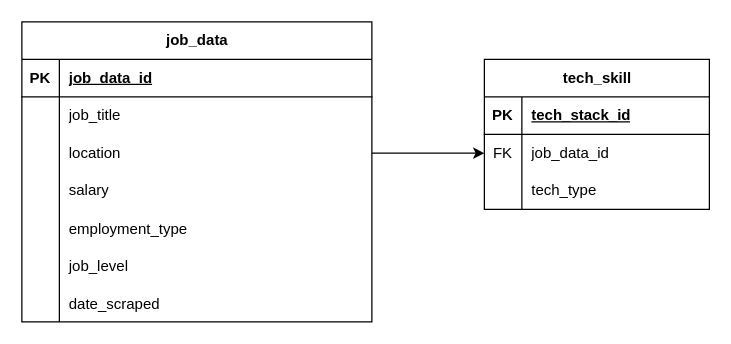
Before: ERD.drawio in kenBinary/trabahuso-web-scraper-py, a draw.io diagram. Source tidied: cells renumbered, new cells numbered last; positions are measured from the earlier drawing's top-left corner, leaving out a move shared by most shapes. Both pictures are drawn from the tidied source at 125%, with x=0, y=0 at pixel (21, 21).
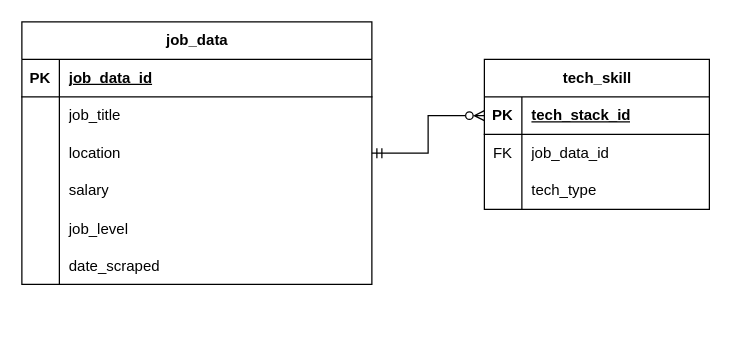
The same diagram, later.

Commit message (it also covers changes not shown here):
docs: add diagram relation

The change refers to these unchanged cells:
```xml
<mxCell id="9" style="shape=tableRow;horizontal=0;startSize=0;swimlaneHead=0;swimlaneBody=0;fillColor=none;points=[[0,0.5],[1,0.5]];portConstraint=eastwest;top=0;left=0;right=0;bottom=0;" parent="2" vertex="1">
  <mxGeometry y="90" width="280" height="30" as="geometry" />
</mxCell>
<mxCell id="25" style="shape=tableRow;horizontal=0;startSize=0;swimlaneHead=0;swimlaneBody=0;fillColor=none;points=[[0,0.5],[1,0.5]];portConstraint=eastwest;top=0;left=0;right=0;bottom=1;" parent="24" vertex="1">
  <mxGeometry y="30" width="180" height="30" as="geometry" />
</mxCell>
<mxCell id="28" style="shape=tableRow;horizontal=0;startSize=0;swimlaneHead=0;swimlaneBody=0;fillColor=none;points=[[0,0.5],[1,0.5]];portConstraint=eastwest;top=0;left=0;right=0;bottom=0;" parent="24" vertex="1">
  <mxGeometry y="60" width="180" height="30" as="geometry" />
</mxCell>
```

The edit, as a diff of the source:
```diff
@@
+    <mxCell id="35" style="edgeStyle=orthogonalEdgeStyle;rounded=0;jettySize=auto;html=1;entryX=0;entryY=0.5;entryDx=0;entryDy=0;endArrow=ERzeroToMany;endFill=0;startArrow=ERmandOne;startFill=0;" parent="1" edge="1" source="2" target="25">
+      <mxGeometry relative="1" as="geometry" />
+    </mxCell>
     <mxCell id="2" value="job_data" style="shape=table;startSize=30;childLayout=tableLayout;rowLines=0;fontStyle=1;align=center;html=1;" parent="1" vertex="1">
-      <mxGeometry width="280" height="240" as="geometry" />
+      <mxGeometry width="280" height="210" as="geometry" />
     </mxCell>
@@
-    <mxCell id="15" style="shape=tableRow;horizontal=0;startSize=0;swimlaneHead=0;swimlaneBody=0;fillColor=none;top=0;left=0;right=0;bottom=0;" parent="2" vertex="1">
-      <mxGeometry y="150" width="280" height="30" as="geometry" />
-    </mxCell>
-    <mxCell id="16" style="shape=partialRectangle;fillColor=none;top=0;left=0;bottom=0;right=0;overflow=hidden;" parent="15" vertex="1">
-      <mxGeometry width="30" height="30" as="geometry" />
-    </mxCell>
-    <mxCell id="17" value="employment_type" style="shape=partialRectangle;fillColor=none;top=0;left=0;bottom=0;right=0;align=left;spacingLeft=6;overflow=hidden;" parent="15" vertex="1">
-      <mxGeometry x="30" width="250" height="30" as="geometry" />
-    </mxCell>
     <mxCell id="18" style="shape=tableRow;horizontal=0;startSize=0;swimlaneHead=0;swimlaneBody=0;fillColor=none;top=0;left=0;right=0;bottom=0;" parent="2" vertex="1">
-      <mxGeometry y="180" width="280" height="30" as="geometry" />
+      <mxGeometry y="150" width="280" height="30" as="geometry" />
     </mxCell>
@@
     <mxCell id="21" style="shape=tableRow;horizontal=0;startSize=0;swimlaneHead=0;swimlaneBody=0;fillColor=none;top=0;left=0;right=0;bottom=0;" parent="2" vertex="1">
-      <mxGeometry y="210" width="280" height="30" as="geometry" />
+      <mxGeometry y="180" width="280" height="30" as="geometry" />
     </mxCell>
@@
-    <mxCell id="34" style="edgeStyle=orthogonalEdgeStyle;rounded=0;jettySize=auto;html=1;" parent="1" edge="1" source="9" target="28">
-      <mxGeometry relative="1" as="geometry" />
-    </mxCell>
```
